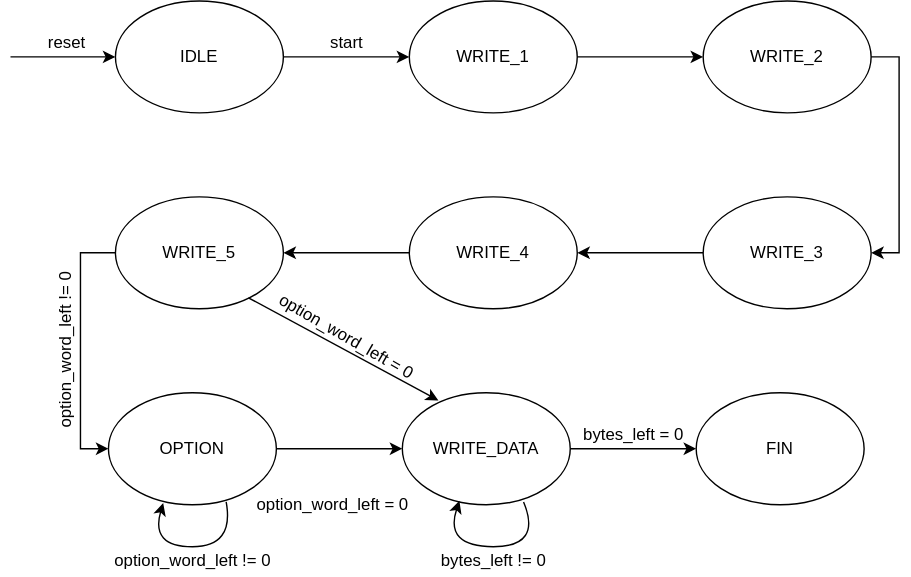
Earlier version of the draw.io export Documentation/State_diagram/TCP_encoder_sd.svg (ntpt7921/Verilog_UDP_TCP). Source tidied: cells renumbered, new cells last; positions are measured from the earlier drawing's top-left corner, leaving out a move shared by most shapes. Its diagram source:
```xml
<mxGraphModel>
  <root>
    <mxCell id="0" />
    <mxCell id="1" parent="0" />
    <mxCell id="2" style="edgeStyle=orthogonalEdgeStyle;rounded=0;jettySize=auto;html=1;" parent="1" edge="1" source="3" target="5">
      <mxGeometry relative="1" as="geometry" />
    </mxCell>
    <mxCell id="3" value="IDLE" style="ellipse;whiteSpace=wrap;html=1;" parent="1" vertex="1">
      <mxGeometry x="100" width="120" height="80" as="geometry" />
    </mxCell>
    <mxCell id="4" style="edgeStyle=orthogonalEdgeStyle;rounded=0;jettySize=auto;html=1;" parent="1" edge="1" source="5" target="7">
      <mxGeometry relative="1" as="geometry" />
    </mxCell>
    <mxCell id="5" value="&lt;div&gt;WRITE_1&lt;/div&gt;" style="ellipse;whiteSpace=wrap;html=1;" parent="1" vertex="1">
      <mxGeometry x="310" width="120" height="80" as="geometry" />
    </mxCell>
    <mxCell id="6" style="edgeStyle=orthogonalEdgeStyle;rounded=0;jettySize=auto;html=1;entryX=1;entryY=0.5;entryDx=0;entryDy=0;exitX=1;exitY=0.5;exitDx=0;exitDy=0;" parent="1" edge="1" source="7" target="13">
      <mxGeometry relative="1" as="geometry">
        <Array as="points">
          <mxPoint x="660" y="40" />
          <mxPoint x="660" y="180" />
        </Array>
      </mxGeometry>
    </mxCell>
    <mxCell id="7" value="&lt;div&gt;WRITE_2&lt;/div&gt;" style="ellipse;whiteSpace=wrap;html=1;" parent="1" vertex="1">
      <mxGeometry x="520" width="120" height="80" as="geometry" />
    </mxCell>
    <mxCell id="8" style="edgeStyle=orthogonalEdgeStyle;rounded=0;jettySize=auto;html=1;entryX=0;entryY=0.5;entryDx=0;entryDy=0;exitX=0;exitY=0.5;exitDx=0;exitDy=0;" parent="1" edge="1" source="9" target="15">
      <mxGeometry relative="1" as="geometry" />
    </mxCell>
    <mxCell id="9" value="WRITE_5" style="ellipse;whiteSpace=wrap;html=1;" parent="1" vertex="1">
      <mxGeometry x="100" y="140" width="120" height="80" as="geometry" />
    </mxCell>
    <mxCell id="10" style="edgeStyle=orthogonalEdgeStyle;rounded=0;jettySize=auto;html=1;" parent="1" edge="1" source="11" target="9">
      <mxGeometry relative="1" as="geometry" />
    </mxCell>
    <mxCell id="11" value="&lt;div&gt;WRITE_4&lt;/div&gt;" style="ellipse;whiteSpace=wrap;html=1;" parent="1" vertex="1">
      <mxGeometry x="310" y="140" width="120" height="80" as="geometry" />
    </mxCell>
    <mxCell id="12" style="edgeStyle=orthogonalEdgeStyle;rounded=0;jettySize=auto;html=1;" parent="1" edge="1" source="13" target="11">
      <mxGeometry relative="1" as="geometry" />
    </mxCell>
    <mxCell id="13" value="&lt;div&gt;WRITE_3&lt;/div&gt;" style="ellipse;whiteSpace=wrap;html=1;" parent="1" vertex="1">
      <mxGeometry x="520" y="140" width="120" height="80" as="geometry" />
    </mxCell>
    <mxCell id="14" style="edgeStyle=orthogonalEdgeStyle;rounded=0;jettySize=auto;html=1;" parent="1" edge="1" source="15" target="17">
      <mxGeometry relative="1" as="geometry" />
    </mxCell>
    <mxCell id="15" value="OPTION" style="ellipse;whiteSpace=wrap;html=1;" parent="1" vertex="1">
      <mxGeometry x="95" y="280" width="120" height="80" as="geometry" />
    </mxCell>
    <mxCell id="16" style="edgeStyle=orthogonalEdgeStyle;rounded=0;jettySize=auto;html=1;" parent="1" edge="1" source="17" target="18">
      <mxGeometry relative="1" as="geometry" />
    </mxCell>
    <mxCell id="17" value="WRITE_DATA" style="ellipse;whiteSpace=wrap;html=1;" parent="1" vertex="1">
      <mxGeometry x="305" y="280" width="120" height="80" as="geometry" />
    </mxCell>
    <mxCell id="18" value="FIN" style="ellipse;whiteSpace=wrap;html=1;" parent="1" vertex="1">
      <mxGeometry x="515" y="280" width="120" height="80" as="geometry" />
    </mxCell>
    <mxCell id="19" style="endArrow=classic;html=1;rounded=0;entryX=0;entryY=0.5;entryDx=0;entryDy=0;" parent="1" edge="1" target="3">
      <mxGeometry relative="1" as="geometry">
        <mxPoint x="25" y="40" as="sourcePoint" />
      </mxGeometry>
    </mxCell>
    <mxCell id="20" value="reset" style="text;html=1;align=center;verticalAlign=middle;strokeColor=none;fillColor=none;" parent="1" vertex="1">
      <mxGeometry x="45" y="20" width="40" height="20" as="geometry" />
    </mxCell>
    <mxCell id="21" style="endArrow=classic;html=1;rounded=0;exitX=0.792;exitY=0.902;exitDx=0;exitDy=0;exitPerimeter=0;entryX=0.215;entryY=0.069;entryDx=0;entryDy=0;entryPerimeter=0;" parent="1" edge="1" source="9" target="17">
      <mxGeometry relative="1" as="geometry" />
    </mxCell>
    <mxCell id="22" value="&lt;div&gt;option_word_left != 0&lt;/div&gt;" style="text;html=1;align=center;verticalAlign=middle;strokeColor=none;fillColor=none;rotation=-90;" parent="1" vertex="1">
      <mxGeometry y="240" width="130" height="20" as="geometry" />
    </mxCell>
    <mxCell id="23" value="&lt;div&gt;option_word_left = 0&lt;/div&gt;" style="text;html=1;align=center;verticalAlign=middle;strokeColor=none;fillColor=none;rotation=30;" parent="1" vertex="1">
      <mxGeometry x="205" y="230" width="120" height="20" as="geometry" />
    </mxCell>
    <mxCell id="24" value="&lt;div&gt;option_word_left = 0&lt;/div&gt;" style="text;html=1;align=center;verticalAlign=middle;strokeColor=none;fillColor=none;" parent="1" vertex="1">
      <mxGeometry x="195" y="350" width="120" height="20" as="geometry" />
    </mxCell>
    <mxCell id="25" style="curved=1;endArrow=classic;html=1;rounded=0;exitX=0.701;exitY=0.975;exitDx=0;exitDy=0;exitPerimeter=0;entryX=0.326;entryY=0.985;entryDx=0;entryDy=0;entryPerimeter=0;" parent="1" edge="1" source="15" target="15">
      <mxGeometry relative="1" as="geometry">
        <Array as="points">
          <mxPoint x="185" y="390" />
          <mxPoint x="125" y="390" />
        </Array>
      </mxGeometry>
    </mxCell>
    <mxCell id="26" style="curved=1;endArrow=classic;html=1;rounded=0;exitX=0.722;exitY=0.975;exitDx=0;exitDy=0;exitPerimeter=0;entryX=0.34;entryY=0.965;entryDx=0;entryDy=0;entryPerimeter=0;" parent="1" edge="1" source="17" target="17">
      <mxGeometry relative="1" as="geometry">
        <Array as="points">
          <mxPoint x="405" y="390" />
          <mxPoint x="335" y="390" />
        </Array>
      </mxGeometry>
    </mxCell>
    <mxCell id="27" value="&lt;div&gt;option_word_left != 0&lt;/div&gt;" style="text;html=1;align=center;verticalAlign=middle;strokeColor=none;fillColor=none;" parent="1" vertex="1">
      <mxGeometry x="90" y="390" width="130" height="20" as="geometry" />
    </mxCell>
    <mxCell id="28" value="&lt;div&gt;bytes_left != 0&lt;/div&gt;" style="text;html=1;align=center;verticalAlign=middle;strokeColor=none;fillColor=none;" parent="1" vertex="1">
      <mxGeometry x="325" y="390" width="90" height="20" as="geometry" />
    </mxCell>
    <mxCell id="29" value="&lt;div&gt;bytes_left = 0&lt;/div&gt;" style="text;html=1;align=center;verticalAlign=middle;strokeColor=none;fillColor=none;" parent="1" vertex="1">
      <mxGeometry x="425" y="300" width="90" height="20" as="geometry" />
    </mxCell>
    <mxCell id="30" value="start" style="text;html=1;align=center;verticalAlign=middle;strokeColor=none;fillColor=none;" parent="1" vertex="1">
      <mxGeometry x="245" y="20" width="40" height="20" as="geometry" />
    </mxCell>
  </root>
</mxGraphModel>
```
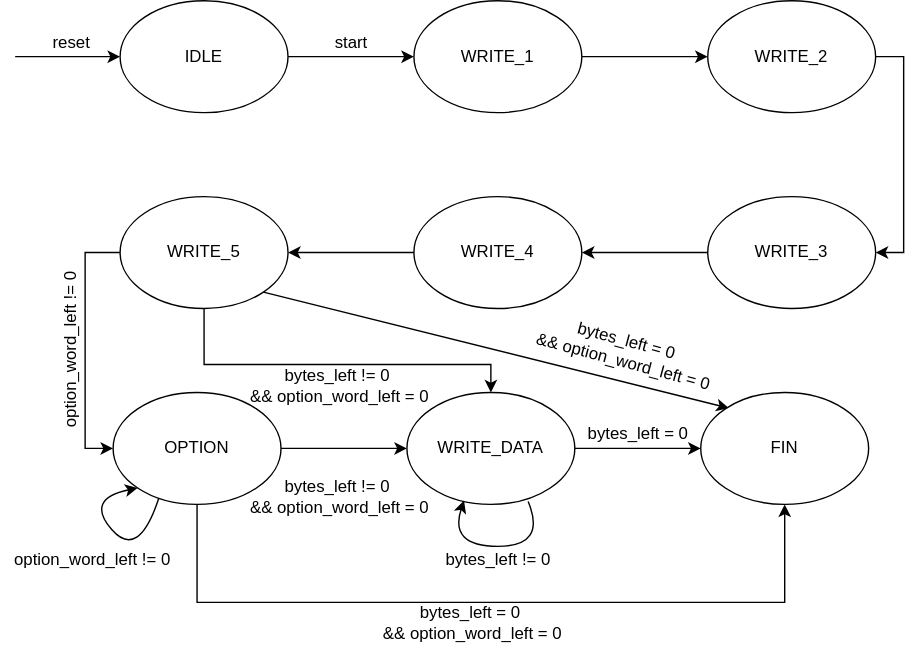
The same diagram one commit later.

The edit, as a diff of the source:
```diff
@@ -28,6 +28,17 @@
     <mxCell id="8" style="edgeStyle=orthogonalEdgeStyle;rounded=0;jettySize=auto;html=1;entryX=0;entryY=0.5;entryDx=0;entryDy=0;exitX=0;exitY=0.5;exitDx=0;exitDy=0;" parent="1" edge="1" source="9" target="15">
       <mxGeometry relative="1" as="geometry" />
     </mxCell>
+    <mxCell id="21" style="edgeStyle=orthogonalEdgeStyle;rounded=0;jettySize=auto;html=1;" parent="1" edge="1" source="9" target="17">
+      <mxGeometry relative="1" as="geometry">
+        <Array as="points">
+          <mxPoint x="160" y="260" />
+          <mxPoint x="365" y="260" />
+        </Array>
+      </mxGeometry>
+    </mxCell>
+    <mxCell id="31" style="edgeStyle=none;rounded=0;jettySize=auto;html=1;exitX=1;exitY=1;exitDx=0;exitDy=0;entryX=0.168;entryY=0.14;entryDx=0;entryDy=0;entryPerimeter=0;" parent="1" edge="1" source="9" target="18">
+      <mxGeometry relative="1" as="geometry" />
+    </mxCell>
     <mxCell id="9" value="WRITE_5" style="ellipse;whiteSpace=wrap;html=1;" parent="1" vertex="1">
       <mxGeometry x="100" y="140" width="120" height="80" as="geometry" />
     </mxCell>
@@ -46,6 +57,14 @@
     <mxCell id="14" style="edgeStyle=orthogonalEdgeStyle;rounded=0;jettySize=auto;html=1;" parent="1" edge="1" source="15" target="17">
       <mxGeometry relative="1" as="geometry" />
     </mxCell>
+    <mxCell id="32" style="edgeStyle=orthogonalEdgeStyle;rounded=0;jettySize=auto;html=1;exitX=0.5;exitY=1;exitDx=0;exitDy=0;entryX=0.5;entryY=1;entryDx=0;entryDy=0;" parent="1" edge="1" source="15" target="18">
+      <mxGeometry relative="1" as="geometry">
+        <Array as="points">
+          <mxPoint x="155" y="430" />
+          <mxPoint x="575" y="430" />
+        </Array>
+      </mxGeometry>
+    </mxCell>
     <mxCell id="15" value="OPTION" style="ellipse;whiteSpace=wrap;html=1;" parent="1" vertex="1">
       <mxGeometry x="95" y="280" width="120" height="80" as="geometry" />
     </mxCell>
@@ -66,26 +85,15 @@
     <mxCell id="20" value="reset" style="text;html=1;align=center;verticalAlign=middle;strokeColor=none;fillColor=none;" parent="1" vertex="1">
       <mxGeometry x="45" y="20" width="40" height="20" as="geometry" />
     </mxCell>
-    <mxCell id="21" style="endArrow=classic;html=1;rounded=0;exitX=0.792;exitY=0.902;exitDx=0;exitDy=0;exitPerimeter=0;entryX=0.215;entryY=0.069;entryDx=0;entryDy=0;entryPerimeter=0;" parent="1" edge="1" source="9" target="17">
-      <mxGeometry relative="1" as="geometry" />
-    </mxCell>
     <mxCell id="22" value="&lt;div&gt;option_word_left != 0&lt;/div&gt;" style="text;html=1;align=center;verticalAlign=middle;strokeColor=none;fillColor=none;rotation=-90;" parent="1" vertex="1">
       <mxGeometry y="240" width="130" height="20" as="geometry" />
     </mxCell>
-    <mxCell id="23" value="&lt;div&gt;option_word_left = 0&lt;/div&gt;" style="text;html=1;align=center;verticalAlign=middle;strokeColor=none;fillColor=none;rotation=30;" parent="1" vertex="1">
-      <mxGeometry x="205" y="230" width="120" height="20" as="geometry" />
+    <mxCell id="23" value="&lt;div&gt;bytes_left != 0&lt;/div&gt;&amp;nbsp;&amp;amp;&amp;amp; option_word_left = 0" style="text;html=1;align=center;verticalAlign=middle;strokeColor=none;fillColor=none;rotation=0;" parent="1" vertex="1">
+      <mxGeometry x="180" y="260" width="150" height="30" as="geometry" />
     </mxCell>
-    <mxCell id="24" value="&lt;div&gt;option_word_left = 0&lt;/div&gt;" style="text;html=1;align=center;verticalAlign=middle;strokeColor=none;fillColor=none;" parent="1" vertex="1">
-      <mxGeometry x="195" y="350" width="120" height="20" as="geometry" />
+    <mxCell id="24" value="&lt;div&gt;bytes_left != 0&lt;/div&gt;&amp;nbsp;&amp;amp;&amp;amp; option_word_left = 0" style="text;html=1;align=center;verticalAlign=middle;strokeColor=none;fillColor=none;" parent="1" vertex="1">
+      <mxGeometry x="180" y="340" width="150" height="30" as="geometry" />
     </mxCell>
-    <mxCell id="25" style="curved=1;endArrow=classic;html=1;rounded=0;exitX=0.701;exitY=0.975;exitDx=0;exitDy=0;exitPerimeter=0;entryX=0.326;entryY=0.985;entryDx=0;entryDy=0;entryPerimeter=0;" parent="1" edge="1" source="15" target="15">
-      <mxGeometry relative="1" as="geometry">
-        <Array as="points">
-          <mxPoint x="185" y="390" />
-          <mxPoint x="125" y="390" />
-        </Array>
-      </mxGeometry>
-    </mxCell>
     <mxCell id="26" style="curved=1;endArrow=classic;html=1;rounded=0;exitX=0.722;exitY=0.975;exitDx=0;exitDy=0;exitPerimeter=0;entryX=0.34;entryY=0.965;entryDx=0;entryDy=0;entryPerimeter=0;" parent="1" edge="1" source="17" target="17">
       <mxGeometry relative="1" as="geometry">
         <Array as="points">
@@ -95,7 +103,7 @@
       </mxGeometry>
     </mxCell>
     <mxCell id="27" value="&lt;div&gt;option_word_left != 0&lt;/div&gt;" style="text;html=1;align=center;verticalAlign=middle;strokeColor=none;fillColor=none;" parent="1" vertex="1">
-      <mxGeometry x="90" y="390" width="130" height="20" as="geometry" />
+      <mxGeometry x="15" y="390" width="130" height="20" as="geometry" />
     </mxCell>
     <mxCell id="28" value="&lt;div&gt;bytes_left != 0&lt;/div&gt;" style="text;html=1;align=center;verticalAlign=middle;strokeColor=none;fillColor=none;" parent="1" vertex="1">
       <mxGeometry x="325" y="390" width="90" height="20" as="geometry" />
@@ -106,5 +114,19 @@
     <mxCell id="30" value="start" style="text;html=1;align=center;verticalAlign=middle;strokeColor=none;fillColor=none;" parent="1" vertex="1">
       <mxGeometry x="245" y="20" width="40" height="20" as="geometry" />
     </mxCell>
+    <mxCell id="33" value="&lt;div&gt;bytes_left = 0&lt;/div&gt;&amp;nbsp;&amp;amp;&amp;amp; option_word_left = 0" style="text;html=1;align=center;verticalAlign=middle;strokeColor=none;fillColor=none;rotation=15;" parent="1" vertex="1">
+      <mxGeometry x="385" y="235" width="150" height="30" as="geometry" />
+    </mxCell>
+    <mxCell id="25" style="endArrow=classic;html=1;rounded=0;curved=1;exitX=0.272;exitY=0.946;exitDx=0;exitDy=0;exitPerimeter=0;entryX=0;entryY=1;entryDx=0;entryDy=0;" parent="1" edge="1" source="15" target="15">
+      <mxGeometry relative="1" as="geometry">
+        <Array as="points">
+          <mxPoint x="113" y="400" />
+          <mxPoint x="75" y="356" />
+        </Array>
+      </mxGeometry>
+    </mxCell>
+    <mxCell id="34" value="&lt;div&gt;bytes_left = 0&lt;/div&gt;&amp;nbsp;&amp;amp;&amp;amp; option_word_left = 0" style="text;html=1;align=center;verticalAlign=middle;strokeColor=none;fillColor=none;" parent="1" vertex="1">
+      <mxGeometry x="275" y="430" width="150" height="30" as="geometry" />
+    </mxCell>
   </root>
 </mxGraphModel>
```
